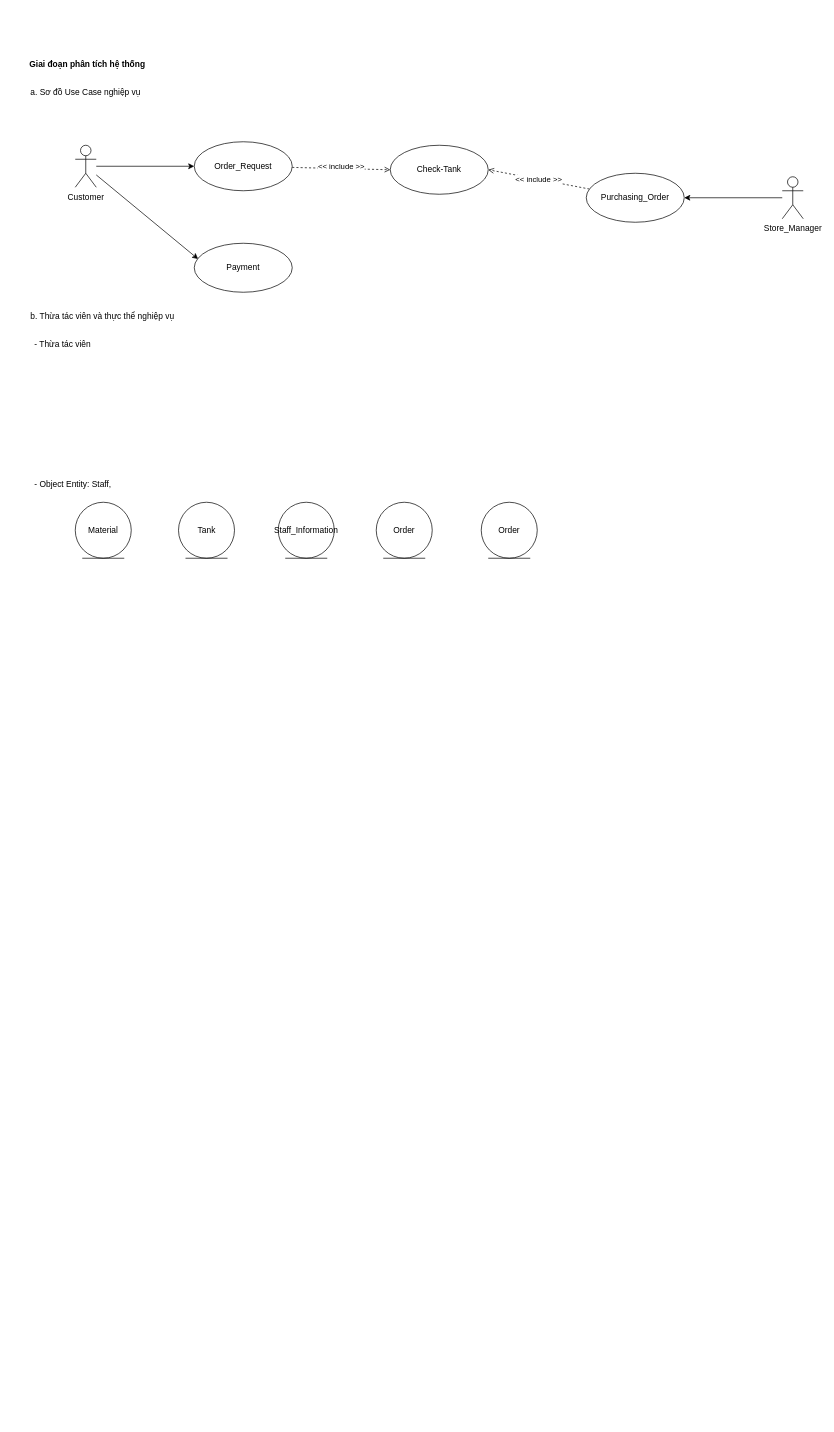
This is Untitled Diagram.drawio from emilyuyenn/Student, a draw.io file, before an edit. Source tidied: cells renumbered, new cells numbered last; positions are measured from the earlier drawing's top-left corner, leaving out a move shared by most shapes. Both pictures are drawn from the tidied source at 70%, with x=0, y=0 at pixel (12, 54).
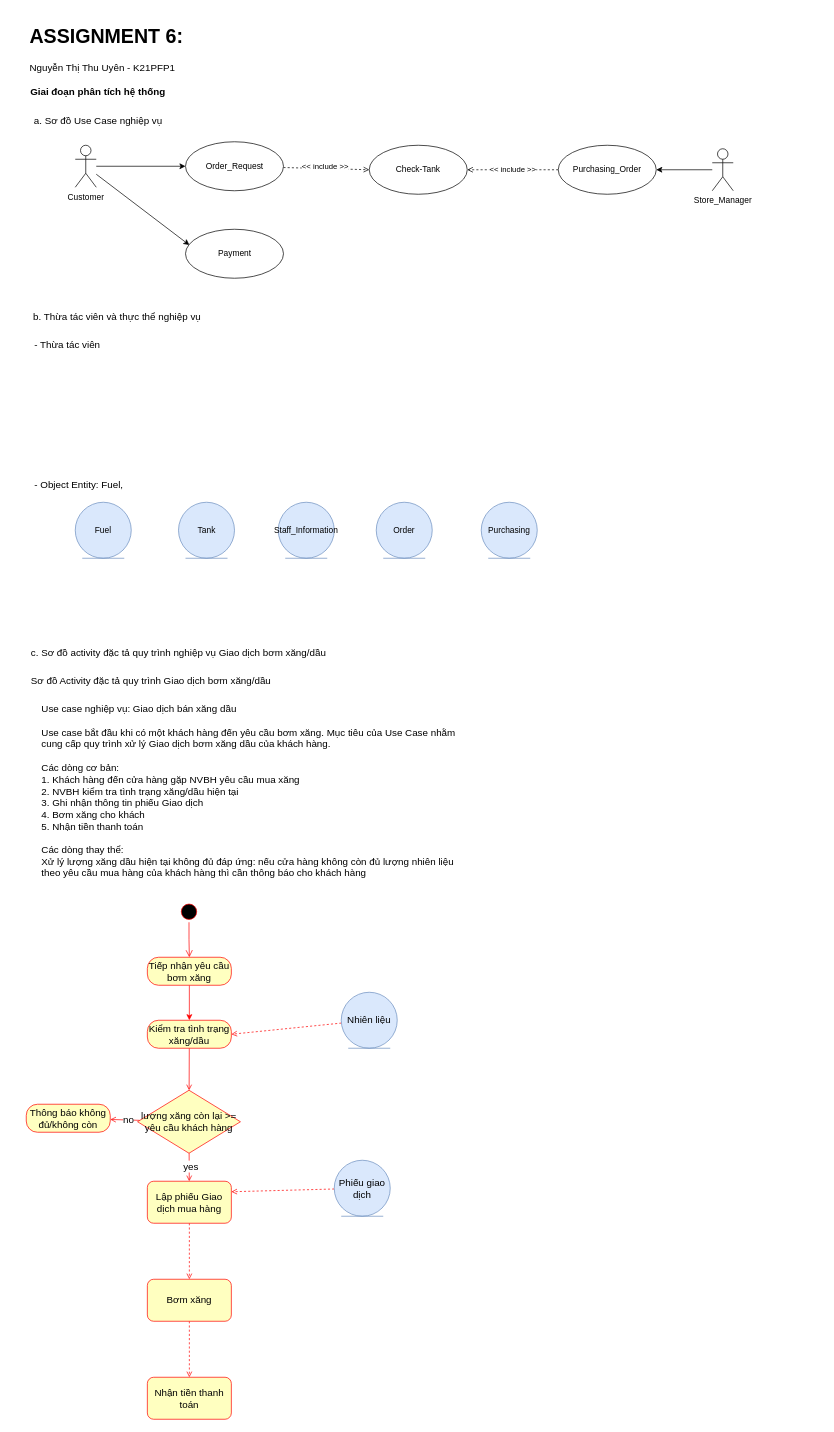
The same diagram, later.

Diff of the diagram source:
```diff
@@
     <mxCell id="7" value="Order_Request" style="ellipse;whiteSpace=wrap;html=1;" parent="1" vertex="1">
-      <mxGeometry x="260" y="125" width="140" height="70" as="geometry" />
+      <mxGeometry x="247.5" y="125" width="140" height="70" as="geometry" />
     </mxCell>
     <mxCell id="8" value="Check-Tank" style="ellipse;whiteSpace=wrap;html=1;" parent="1" vertex="1">
-      <mxGeometry x="540" y="130" width="140" height="70" as="geometry" />
+      <mxGeometry x="510" y="130" width="140" height="70" as="geometry" />
     </mxCell>
@@
     <mxCell id="10" value="Store_Manager" style="shape=umlActor;verticalLabelPosition=bottom;verticalAlign=top;html=1;" parent="1" vertex="1">
-      <mxGeometry x="1100" y="175" width="30" height="60" as="geometry" />
+      <mxGeometry x="1000" y="135" width="30" height="60" as="geometry" />
     </mxCell>
@@
     <mxCell id="12" value="Purchasing_Order" style="ellipse;whiteSpace=wrap;html=1;" parent="1" vertex="1">
-      <mxGeometry x="820" y="170" width="140" height="70" as="geometry" />
+      <mxGeometry x="780" y="130" width="140" height="70" as="geometry" />
     </mxCell>
     <mxCell id="13" value="Payment" style="ellipse;whiteSpace=wrap;html=1;" parent="1" vertex="1">
-      <mxGeometry x="260" y="270" width="140" height="70" as="geometry" />
+      <mxGeometry x="247.5" y="250" width="140" height="70" as="geometry" />
     </mxCell>
-    <mxCell id="14" value="Material" style="ellipse;shape=umlEntity;whiteSpace=wrap;html=1;" parent="1" vertex="1">
+    <mxCell id="14" value="Fuel" style="ellipse;shape=umlEntity;whiteSpace=wrap;html=1;fillColor=#dae8fc;strokeColor=#6c8ebf;" parent="1" vertex="1">
       <mxGeometry x="90" y="640" width="80" height="80" as="geometry" />
     </mxCell>
-    <mxCell id="15" value="Tank" style="ellipse;shape=umlEntity;whiteSpace=wrap;html=1;" parent="1" vertex="1">
+    <mxCell id="15" value="Tank" style="ellipse;shape=umlEntity;whiteSpace=wrap;html=1;fillColor=#dae8fc;strokeColor=#6c8ebf;" parent="1" vertex="1">
       <mxGeometry x="237.5" y="640" width="80" height="80" as="geometry" />
     </mxCell>
-    <mxCell id="16" value="Giai đoạn phân tích hệ thống" style="text;align=center;fontStyle=1;verticalAlign=middle;spacingLeft=3;spacingRight=3;strokeColor=none;" parent="1" vertex="1">
-      <mxGeometry width="215" height="26" as="geometry" />
+    <mxCell id="16" value="Giai đoạn phân tích hệ thống" style="text;align=center;fontStyle=1;verticalAlign=middle;spacingLeft=3;spacingRight=3;strokeColor=none;fontSize=14;" parent="1" vertex="1">
+      <mxGeometry x="15" y="40" width="215" height="26" as="geometry" />
     </mxCell>
-    <mxCell id="17" value="a. Sơ đồ Use Case nghiệp vụ" style="text;html=1;strokeColor=none;fillColor=none;align=center;verticalAlign=middle;whiteSpace=wrap;rounded=0;" parent="1" vertex="1">
-      <mxGeometry x="10" y="40" width="190" height="30" as="geometry" />
+    <mxCell id="17" value="a. Sơ đồ Use Case nghiệp vụ" style="text;html=1;strokeColor=none;fillColor=none;align=center;verticalAlign=middle;whiteSpace=wrap;rounded=0;fontSize=14;" parent="1" vertex="1">
+      <mxGeometry x="27.5" y="80" width="190" height="30" as="geometry" />
     </mxCell>
-    <mxCell id="18" value="b. Thừa tác viên và thực thể nghiệp vụ" style="text;html=1;strokeColor=none;fillColor=none;align=center;verticalAlign=middle;whiteSpace=wrap;rounded=0;" parent="1" vertex="1">
-      <mxGeometry x="20" y="360" width="217.5" height="30" as="geometry" />
+    <mxCell id="18" value="b. Thừa tác viên và thực thể nghiệp vụ" style="text;html=1;strokeColor=none;fillColor=none;align=center;verticalAlign=middle;whiteSpace=wrap;rounded=0;fontSize=14;" parent="1" vertex="1">
+      <mxGeometry x="20" y="360" width="260" height="30" as="geometry" />
     </mxCell>
-    <mxCell id="19" value="- Thừa tác viên" style="text;html=1;strokeColor=none;fillColor=none;align=left;verticalAlign=middle;whiteSpace=wrap;rounded=0;" parent="1" vertex="1">
+    <mxCell id="19" value="- Thừa tác viên" style="text;html=1;strokeColor=none;fillColor=none;align=left;verticalAlign=middle;whiteSpace=wrap;rounded=0;fontSize=14;" parent="1" vertex="1">
       <mxGeometry x="30" y="400" width="217.5" height="30" as="geometry" />
     </mxCell>
-    <mxCell id="20" value="- Object Entity: Staff,&amp;nbsp;" style="text;html=1;strokeColor=none;fillColor=none;align=left;verticalAlign=middle;whiteSpace=wrap;rounded=0;" parent="1" vertex="1">
+    <mxCell id="20" value="- Object Entity: Fuel,&amp;nbsp;" style="text;html=1;strokeColor=none;fillColor=none;align=left;verticalAlign=middle;whiteSpace=wrap;rounded=0;fontSize=14;" parent="1" vertex="1">
       <mxGeometry x="30" y="600" width="217.5" height="30" as="geometry" />
     </mxCell>
-    <mxCell id="21" value="Staff_Information" style="ellipse;shape=umlEntity;whiteSpace=wrap;html=1;" parent="1" vertex="1">
+    <mxCell id="21" value="Staff_Information" style="ellipse;shape=umlEntity;whiteSpace=wrap;html=1;fillColor=#dae8fc;strokeColor=#6c8ebf;" parent="1" vertex="1">
       <mxGeometry x="380" y="640" width="80" height="80" as="geometry" />
     </mxCell>
-    <mxCell id="22" value="Order" style="ellipse;shape=umlEntity;whiteSpace=wrap;html=1;" parent="1" vertex="1">
+    <mxCell id="22" value="Order" style="ellipse;shape=umlEntity;whiteSpace=wrap;html=1;fillColor=#dae8fc;strokeColor=#6c8ebf;" parent="1" vertex="1">
       <mxGeometry x="520" y="640" width="80" height="80" as="geometry" />
     </mxCell>
-    <mxCell id="23" value="Order" style="ellipse;shape=umlEntity;whiteSpace=wrap;html=1;" parent="1" vertex="1">
+    <mxCell id="23" value="Purchasing" style="ellipse;shape=umlEntity;whiteSpace=wrap;html=1;fillColor=#dae8fc;strokeColor=#6c8ebf;" parent="1" vertex="1">
       <mxGeometry x="670" y="640" width="80" height="80" as="geometry" />
     </mxCell>
+    <mxCell id="24" value="c. Sơ đồ activity đặc tả quy trình nghiệp vụ Giao dịch bơm xăng/dầu" style="text;html=1;strokeColor=none;fillColor=none;align=left;verticalAlign=middle;whiteSpace=wrap;rounded=0;fontSize=14;" parent="1" vertex="1">
+      <mxGeometry x="25" y="840" width="480" height="30" as="geometry" />
+    </mxCell>
+    <mxCell id="25" value="Sơ đồ Activity đặc tả quy trình Giao dịch bơm xăng/dầu" style="text;html=1;strokeColor=none;fillColor=none;align=left;verticalAlign=middle;whiteSpace=wrap;rounded=0;fontSize=14;" parent="1" vertex="1">
+      <mxGeometry x="25" y="880" width="480" height="30" as="geometry" />
+    </mxCell>
+    <mxCell id="26" value="&lt;h1&gt;ASSIGNMENT 6:&lt;/h1&gt;&lt;p&gt;Nguyễn Thị Thu Uyên - K21PFP1&lt;/p&gt;" style="text;html=1;strokeColor=none;fillColor=none;spacing=5;spacingTop=-20;whiteSpace=wrap;overflow=hidden;rounded=0;fontSize=14;" parent="1" vertex="1">
+      <mxGeometry x="20" y="-50" width="930" height="120" as="geometry" />
+    </mxCell>
+    <mxCell id="27" value="Use case nghiệp vụ: Giao dịch bán xăng dầu&lt;br&gt;&lt;br&gt;Use case bắt đầu khi có một khách hàng đến yêu cầu bơm xăng. Mục tiêu của Use Case nhằm cung cấp quy trình xử lý Giao dịch bơm xăng dầu của khách hàng.&lt;br&gt;&lt;br&gt;Các dòng cơ bản:&lt;br&gt;1. Khách hàng đến cửa hàng gặp NVBH yêu cầu mua xăng&lt;br&gt;2. NVBH kiểm tra tình trạng xăng/dầu hiện tại&lt;br&gt;3. Ghi nhận thông tin phiếu Giao dịch&lt;br&gt;4. Bơm xăng cho khách&lt;br&gt;5. Nhận tiền thanh toán&lt;br&gt;&lt;br&gt;Các dòng thay thể:&lt;br&gt;Xử lý lượng xăng dầu hiện tại không đủ đáp ứng: nếu cửa hàng không còn đủ lượng nhiên liệu theo yêu cầu mua hàng của khách hàng thì cần thông báo cho khách hàng&amp;nbsp;" style="text;html=1;strokeColor=none;fillColor=none;align=left;verticalAlign=top;whiteSpace=wrap;rounded=0;fontSize=14;" parent="1" vertex="1">
+      <mxGeometry x="40" y="920" width="610" height="290" as="geometry" />
+    </mxCell>
+    <mxCell id="28" style="ellipse;html=1;shape=startState;fillColor=#000000;strokeColor=#ff0000;fontSize=14;" parent="1" vertex="1">
+      <mxGeometry x="237.5" y="1210" width="30" height="30" as="geometry" />
+    </mxCell>
+    <mxCell id="29" style="edgeStyle=orthogonalEdgeStyle;html=1;verticalAlign=bottom;endArrow=open;endSize=8;strokeColor=#ff0000;rounded=0;fontSize=14;" parent="1" edge="1" source="28" target="31">
+      <mxGeometry relative="1" as="geometry" />
+    </mxCell>
+    <mxCell id="30" style="edgeStyle=none;rounded=0;jettySize=auto;html=1;fontSize=14;startArrow=none;startFill=0;endArrow=classic;endFill=1;strokeColor=#FF0000;" parent="1" edge="1" source="31" target="33">
+      <mxGeometry relative="1" as="geometry" />
+    </mxCell>
+    <mxCell id="31" value="Tiếp nhận yêu cầu bơm xăng" style="rounded=1;whiteSpace=wrap;html=1;arcSize=40;fontColor=#000000;fillColor=#ffffc0;strokeColor=#ff0000;fontSize=14;" parent="1" vertex="1">
+      <mxGeometry x="193" y="1290" width="120" height="40" as="geometry" />
+    </mxCell>
+    <mxCell id="32" style="edgeStyle=none;rounded=0;jettySize=auto;html=1;strokeColor=#FF0000;fontSize=14;startArrow=none;startFill=0;endArrow=open;endFill=0;" parent="1" edge="1" source="33" target="40">
+      <mxGeometry relative="1" as="geometry" />
+    </mxCell>
+    <mxCell id="33" value="Kiểm tra tình trạng xăng/dầu" style="rounded=1;whiteSpace=wrap;html=1;arcSize=40;fontColor=#000000;fillColor=#ffffc0;strokeColor=#ff0000;fontSize=14;" parent="1" vertex="1">
+      <mxGeometry x="193" y="1380" width="120" height="40" as="geometry" />
+    </mxCell>
+    <mxCell id="34" style="edgeStyle=none;rounded=0;jettySize=auto;html=1;entryX=1;entryY=0.5;entryDx=0;entryDy=0;strokeColor=#FF0000;fontSize=14;startArrow=none;startFill=0;endArrow=open;endFill=0;dashed=1;" parent="1" edge="1" source="35" target="33">
+      <mxGeometry relative="1" as="geometry" />
+    </mxCell>
+    <mxCell id="35" value="Nhiên liệu" style="ellipse;shape=umlEntity;whiteSpace=wrap;html=1;fontSize=14;fillColor=#dae8fc;strokeColor=#6c8ebf;" parent="1" vertex="1">
+      <mxGeometry x="470" y="1340" width="80" height="80" as="geometry" />
+    </mxCell>
+    <mxCell id="36" style="edgeStyle=none;rounded=0;jettySize=auto;html=1;strokeColor=#FF0000;fontSize=14;startArrow=none;startFill=0;endArrow=open;endFill=0;" parent="1" edge="1" source="40" target="41">
+      <mxGeometry relative="1" as="geometry" />
+    </mxCell>
+    <mxCell id="37" value="no" style="edgeLabel;html=1;align=center;verticalAlign=middle;fontSize=14;" parent="36" vertex="1">
+      <mxGeometry x="-0.18" relative="1" as="geometry" />
+    </mxCell>
+    <mxCell id="38" style="edgeStyle=none;rounded=0;jettySize=auto;html=1;strokeColor=#FF0000;fontSize=14;startArrow=none;startFill=0;endArrow=open;endFill=0;" parent="1" edge="1" source="40" target="43">
+      <mxGeometry relative="1" as="geometry" />
+    </mxCell>
+    <mxCell id="39" value="yes" style="edgeLabel;html=1;align=center;verticalAlign=middle;fontSize=14;" parent="38" vertex="1">
+      <mxGeometry x="-0.05" y="2" relative="1" as="geometry" />
+    </mxCell>
+    <mxCell id="40" value="lượng xăng còn lại &amp;gt;= yêu cầu khách hàng" style="rhombus;whiteSpace=wrap;html=1;fillColor=#ffffc0;strokeColor=#ff0000;fontSize=14;" parent="1" vertex="1">
+      <mxGeometry x="179" y="1480" width="147" height="90" as="geometry" />
+    </mxCell>
+    <mxCell id="41" value="Thông báo không đủ/không còn" style="rounded=1;whiteSpace=wrap;html=1;arcSize=40;fontColor=#000000;fillColor=#ffffc0;strokeColor=#ff0000;fontSize=14;" parent="1" vertex="1">
+      <mxGeometry x="20" y="1500" width="120" height="40" as="geometry" />
+    </mxCell>
+    <mxCell id="42" style="edgeStyle=none;rounded=0;jettySize=auto;html=1;dashed=1;strokeColor=#FF0000;fontSize=14;startArrow=none;startFill=0;endArrow=open;endFill=0;" parent="1" edge="1" source="43" target="47">
+      <mxGeometry relative="1" as="geometry" />
+    </mxCell>
+    <mxCell id="43" value="Lập phiếu Giao dịch mua hàng" style="rounded=1;whiteSpace=wrap;html=1;fontSize=14;fillColor=#ffffc0;strokeColor=#ff0000;" parent="1" vertex="1">
+      <mxGeometry x="193" y="1610" width="120" height="60" as="geometry" />
+    </mxCell>
+    <mxCell id="44" style="edgeStyle=none;rounded=0;jettySize=auto;html=1;entryX=1;entryY=0.25;entryDx=0;entryDy=0;strokeColor=#FF0000;fontSize=14;startArrow=none;startFill=0;endArrow=open;endFill=0;dashed=1;" parent="1" edge="1" source="45" target="43">
+      <mxGeometry relative="1" as="geometry" />
+    </mxCell>
+    <mxCell id="45" value="Phiếu giao dịch" style="ellipse;shape=umlEntity;whiteSpace=wrap;html=1;fontSize=14;fillColor=#dae8fc;strokeColor=#6c8ebf;" parent="1" vertex="1">
+      <mxGeometry x="460" y="1580" width="80" height="80" as="geometry" />
+    </mxCell>
+    <mxCell id="46" style="edgeStyle=none;rounded=0;jettySize=auto;html=1;dashed=1;strokeColor=#FF0000;fontSize=14;startArrow=none;startFill=0;endArrow=open;endFill=0;" parent="1" edge="1" source="47" target="48">
+      <mxGeometry relative="1" as="geometry" />
+    </mxCell>
+    <mxCell id="47" value="Bơm xăng" style="rounded=1;whiteSpace=wrap;html=1;fontSize=14;fillColor=#ffffc0;strokeColor=#ff0000;" parent="1" vertex="1">
+      <mxGeometry x="193" y="1750" width="120" height="60" as="geometry" />
+    </mxCell>
+    <mxCell id="48" value="Nhận tiền thanh toán" style="rounded=1;whiteSpace=wrap;html=1;fontSize=14;fillColor=#ffffc0;strokeColor=#ff0000;" parent="1" vertex="1">
+      <mxGeometry x="193" y="1890" width="120" height="60" as="geometry" />
+    </mxCell>
```
